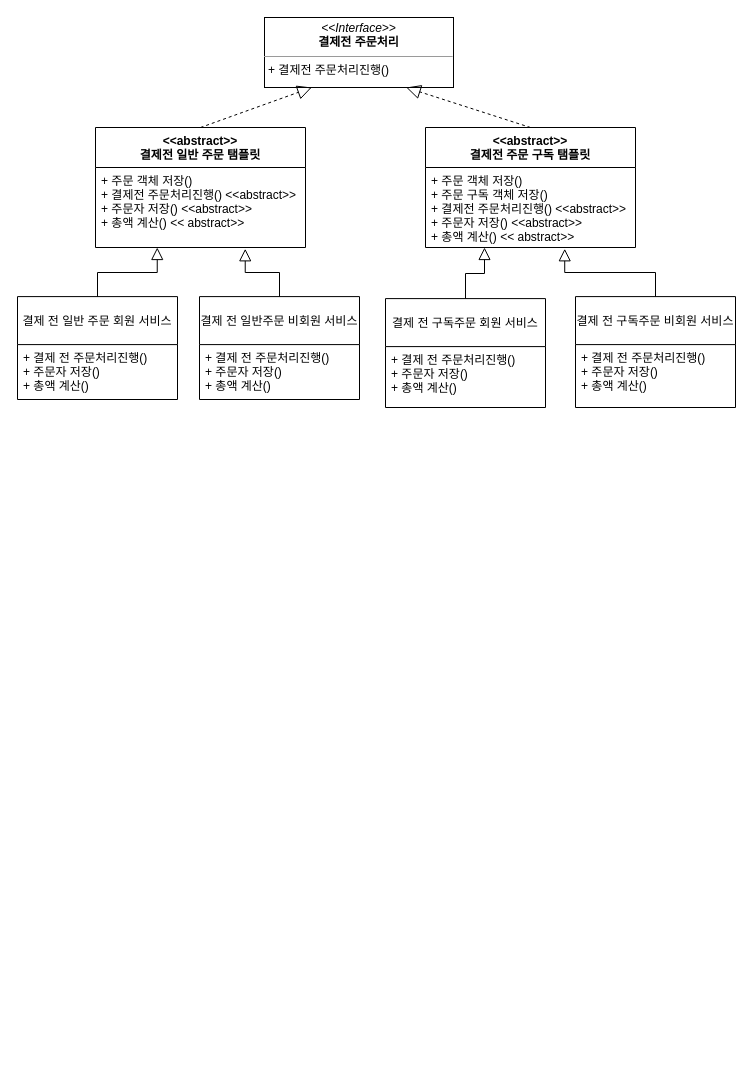
Earlier version of the draw.io diagram 제목 없는 다이어그램.drawio (sdh46/dahye-jenkins). Source tidied: cells renumbered, new cells numbered last; positions are measured from the earlier drawing's top-left corner, leaving out a move shared by most shapes. Both pictures are drawn from the tidied source at 100%, with x=0, y=0 at pixel (17, 17).
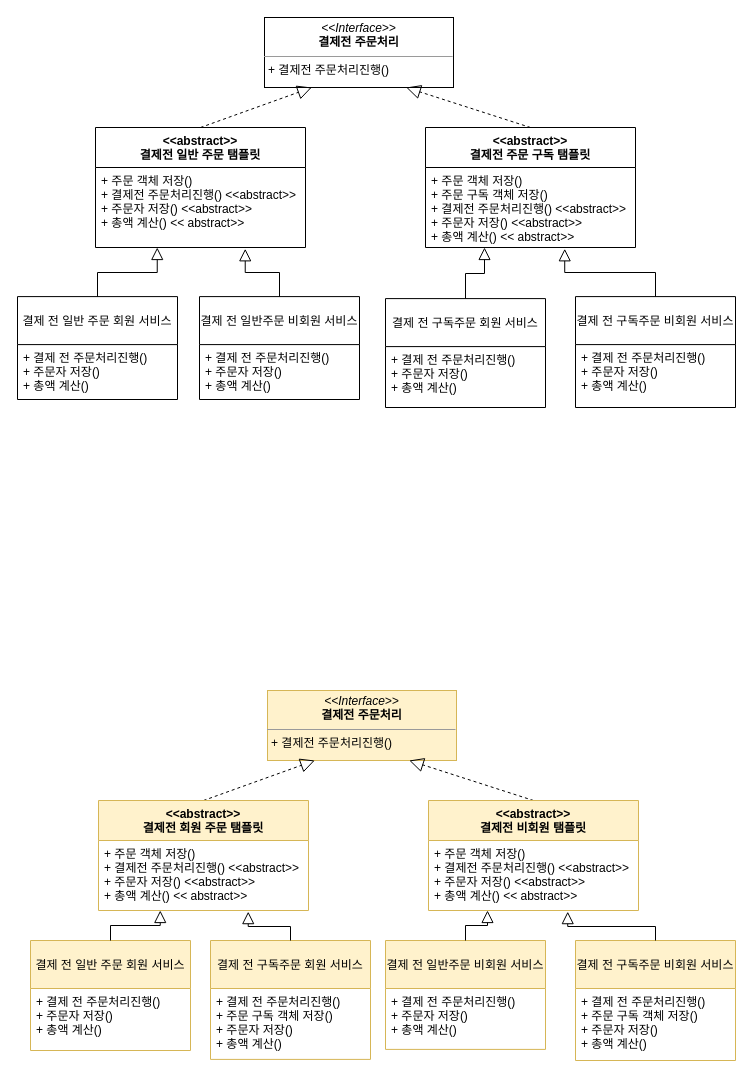
The same page after the edit.

Commit message:
제목 없는 다이어그램.drawio 업데이트

What changed in the source:
```diff
@@
+    <mxCell id="21" value="&lt;p style=&quot;margin:0px;margin-top:4px;text-align:center;&quot;&gt;&lt;i&gt;&amp;lt;&amp;lt;Interface&amp;gt;&amp;gt;&lt;/i&gt;&lt;br&gt;&lt;b&gt;결제전 주문처리&lt;/b&gt;&lt;/p&gt;&lt;hr size=&quot;1&quot;&gt;&lt;p style=&quot;margin:0px;margin-left:4px;&quot;&gt;&lt;/p&gt;&lt;p style=&quot;margin:0px;margin-left:4px;&quot;&gt;+ 결제전 주문처리진행()&lt;br&gt;&lt;br&gt;&lt;/p&gt;" style="verticalAlign=top;align=left;overflow=fill;fontSize=12;fontFamily=Helvetica;html=1;fillColor=#fff2cc;strokeColor=#d6b656;" parent="1" vertex="1">
+      <mxGeometry x="250" y="673" width="189" height="70" as="geometry" />
+    </mxCell>
+    <mxCell id="22" style="endArrow=block;dashed=1;endFill=0;endSize=12;html=1;rounded=0;entryX=0.75;entryY=1;entryDx=0;entryDy=0;exitX=0.5;exitY=0;exitDx=0;exitDy=0;" parent="1" edge="1" source="23" target="21">
+      <mxGeometry relative="1" as="geometry" />
+    </mxCell>
+    <mxCell id="23" value="&lt;&lt;abstract&gt;&gt;&#10;결제전 비회원 탬플릿" style="swimlane;fontStyle=1;align=center;verticalAlign=top;horizontal=1;startSize=40;fillColor=#fff2cc;strokeColor=#d6b656;" parent="1" vertex="1">
+      <mxGeometry x="411" y="783" width="210" height="110" as="geometry" />
+    </mxCell>
+    <mxCell id="24" value="+ 주문 객체 저장()&#10;+ 결제전 주문처리진행() &lt;&lt;abstract&gt;&gt;&#10;+ 주문자 저장() &lt;&lt;abstract&gt;&gt;&#10;+ 총액 계산() &lt;&lt; abstract&gt;&gt;" style="text;strokeColor=none;fillColor=none;align=left;verticalAlign=top;spacingLeft=4;spacingRight=4;overflow=hidden;points=[[0,0.5],[1,0.5]];portConstraint=eastwest;" parent="23" vertex="1">
+      <mxGeometry y="40" width="210" height="70" as="geometry" />
+    </mxCell>
+    <mxCell id="25" style="endArrow=block;dashed=1;endFill=0;endSize=12;html=1;rounded=0;exitX=0.5;exitY=0;exitDx=0;exitDy=0;entryX=0.25;entryY=1;entryDx=0;entryDy=0;" parent="1" edge="1" source="26" target="21">
+      <mxGeometry relative="1" as="geometry" />
+    </mxCell>
+    <mxCell id="26" value="&lt;&lt;abstract&gt;&gt;&#10;결제전 회원 주문 탬플릿" style="swimlane;fontStyle=1;align=center;verticalAlign=top;horizontal=1;startSize=40;fillColor=#fff2cc;strokeColor=#d6b656;" parent="1" vertex="1">
+      <mxGeometry x="81" y="783" width="210" height="110" as="geometry" />
+    </mxCell>
+    <mxCell id="27" value="+ 주문 객체 저장()&#10;+ 결제전 주문처리진행() &lt;&lt;abstract&gt;&gt;&#10;+ 주문자 저장() &lt;&lt;abstract&gt;&gt;&#10;+ 총액 계산() &lt;&lt; abstract&gt;&gt;" style="text;strokeColor=none;fillColor=none;align=left;verticalAlign=top;spacingLeft=4;spacingRight=4;overflow=hidden;points=[[0,0.5],[1,0.5]];portConstraint=eastwest;" parent="26" vertex="1">
+      <mxGeometry y="40" width="210" height="70" as="geometry" />
+    </mxCell>
+    <mxCell id="28" value="결제 전 일반주문 비회원 서비스" style="swimlane;fontStyle=0;align=center;verticalAlign=middle;horizontal=1;startSize=48;rounded=0;shadow=0;strokeWidth=1;fillColor=#fff2cc;strokeColor=#d6b656;" parent="1" vertex="1">
+      <mxGeometry x="368" y="923" width="160" height="108.9" as="geometry" />
+    </mxCell>
+    <mxCell id="29" value="+ 결제 전 주문처리진행()&#10;+ 주문자 저장()&#10;+ 총액 계산() " style="text;align=left;verticalAlign=top;spacingLeft=4;spacingRight=4;overflow=hidden;" parent="28" vertex="1">
+      <mxGeometry y="48" width="160" height="52" as="geometry" />
+    </mxCell>
+    <mxCell id="30" style="endArrow=block;endSize=10;endFill=0;shadow=0;strokeWidth=1;rounded=0;edgeStyle=elbowEdgeStyle;elbow=vertical;entryX=0.281;entryY=1;entryDx=0;entryDy=0;entryPerimeter=0;" parent="1" edge="1" source="28" target="24">
+      <mxGeometry relative="1" as="geometry" />
+    </mxCell>
+    <mxCell id="31" value="결제 전 구독주문 비회원 서비스" style="swimlane;fontStyle=0;align=center;verticalAlign=middle;horizontal=1;startSize=48;rounded=0;shadow=0;strokeWidth=1;fillColor=#fff2cc;strokeColor=#d6b656;" parent="1" vertex="1">
+      <mxGeometry x="558" y="923" width="160" height="120" as="geometry" />
+    </mxCell>
+    <mxCell id="32" value="+ 결제 전 주문처리진행()&#10;+ 주문 구독 객체 저장()&#10;+ 주문자 저장()&#10;+ 총액 계산() " style="text;align=left;verticalAlign=top;spacingLeft=4;spacingRight=4;overflow=hidden;" parent="31" vertex="1">
+      <mxGeometry y="48" width="160" height="72" as="geometry" />
+    </mxCell>
+    <mxCell id="33" style="endArrow=block;endSize=10;endFill=0;shadow=0;strokeWidth=1;rounded=0;edgeStyle=elbowEdgeStyle;elbow=vertical;entryX=0.663;entryY=1.016;entryDx=0;entryDy=0;entryPerimeter=0;exitX=0.5;exitY=0;exitDx=0;exitDy=0;" parent="1" edge="1" source="31" target="24">
+      <mxGeometry relative="1" as="geometry" />
+    </mxCell>
+    <mxCell id="34" value="결제 전 일반 주문 회원 서비스" style="swimlane;fontStyle=0;align=center;verticalAlign=middle;horizontal=1;startSize=48;rounded=0;shadow=0;strokeWidth=1;fillColor=#fff2cc;strokeColor=#d6b656;" parent="1" vertex="1">
+      <mxGeometry x="13" y="923" width="160" height="110" as="geometry" />
+    </mxCell>
+    <mxCell id="35" value="+ 결제 전 주문처리진행()&#10;+ 주문자 저장()&#10;+ 총액 계산() " style="text;align=left;verticalAlign=top;spacingLeft=4;spacingRight=4;overflow=hidden;" parent="34" vertex="1">
+      <mxGeometry y="48" width="160" height="52" as="geometry" />
+    </mxCell>
+    <mxCell id="36" value="결제 전 구독주문 회원 서비스" style="swimlane;fontStyle=0;align=center;verticalAlign=middle;horizontal=1;startSize=48;rounded=0;shadow=0;strokeWidth=1;fillColor=#fff2cc;strokeColor=#d6b656;" parent="1" vertex="1">
+      <mxGeometry x="193" y="923" width="160" height="118.9" as="geometry" />
+    </mxCell>
+    <mxCell id="37" value="+ 결제 전 주문처리진행()&#10;+ 주문 구독 객체 저장()&#10;+ 주문자 저장()&#10;+ 총액 계산() " style="text;align=left;verticalAlign=top;spacingLeft=4;spacingRight=4;overflow=hidden;" parent="36" vertex="1">
+      <mxGeometry y="48" width="160" height="65" as="geometry" />
+    </mxCell>
+    <mxCell id="38" style="endArrow=block;endSize=10;endFill=0;shadow=0;strokeWidth=1;rounded=0;edgeStyle=elbowEdgeStyle;elbow=vertical;entryX=0.713;entryY=1.016;entryDx=0;entryDy=0;entryPerimeter=0;exitX=0.5;exitY=0;exitDx=0;exitDy=0;" parent="1" edge="1" source="36" target="27">
+      <mxGeometry relative="1" as="geometry" />
+    </mxCell>
+    <mxCell id="39" style="endArrow=block;endSize=10;endFill=0;shadow=0;strokeWidth=1;rounded=0;edgeStyle=elbowEdgeStyle;elbow=vertical;entryX=0.294;entryY=1;entryDx=0;entryDy=0;entryPerimeter=0;exitX=0.5;exitY=0;exitDx=0;exitDy=0;" parent="1" edge="1" source="34" target="27">
+      <mxGeometry relative="1" as="geometry" />
+    </mxCell>
```
